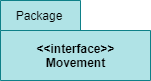
smitbmx/Architecture-Diagrams keeps this draw.io diagram as Communicating Architecture/UML Package Diagram/Package with details.png. Above is the earlier version. Source tidied: cells renumbered, new cells last; positions are measured from the earlier drawing's top-left corner, leaving out a move shared by most shapes. Its diagram source:
```xml
<mxGraphModel>
  <root>
    <mxCell id="0" />
    <mxCell id="1" parent="0" />
    <mxCell id="2" value="&amp;lt;&amp;lt;interface&amp;gt;&amp;gt;&lt;br&gt;Movement" style="shape=folder;fontStyle=1;tabWidth=80;tabHeight=30;tabPosition=left;html=1;boundedLbl=1;fillColor=#b0e3e6;strokeColor=#0e8088;" parent="1" vertex="1">
      <mxGeometry width="150" height="80" as="geometry" />
    </mxCell>
    <mxCell id="3" value="Package" style="text;html=1;strokeColor=none;fillColor=none;align=center;verticalAlign=middle;whiteSpace=wrap;rounded=0;" parent="1" vertex="1">
      <mxGeometry x="19" y="5" width="40" height="20" as="geometry" />
    </mxCell>
  </root>
</mxGraphModel>
```
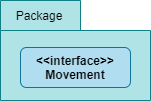
The same file after the commit.

Change to the diagram source:
```diff
@@ -2,11 +2,14 @@
   <root>
     <mxCell id="0" />
     <mxCell id="1" parent="0" />
-    <mxCell id="2" value="&amp;lt;&amp;lt;interface&amp;gt;&amp;gt;&lt;br&gt;Movement" style="shape=folder;fontStyle=1;tabWidth=80;tabHeight=30;tabPosition=left;html=1;boundedLbl=1;fillColor=#b0e3e6;strokeColor=#0e8088;" parent="1" vertex="1">
-      <mxGeometry width="150" height="80" as="geometry" />
+    <mxCell id="2" style="shape=folder;fontStyle=1;tabWidth=80;tabHeight=30;tabPosition=left;html=1;boundedLbl=1;fillColor=#b0e3e6;strokeColor=#0e8088;" parent="1" vertex="1">
+      <mxGeometry width="150" height="100" as="geometry" />
     </mxCell>
     <mxCell id="3" value="Package" style="text;html=1;strokeColor=none;fillColor=none;align=center;verticalAlign=middle;whiteSpace=wrap;rounded=0;" parent="1" vertex="1">
       <mxGeometry x="19" y="5" width="40" height="20" as="geometry" />
     </mxCell>
+    <mxCell id="4" value="&lt;span style=&quot;font-weight: 700&quot;&gt;&amp;lt;&amp;lt;interface&amp;gt;&amp;gt;&lt;/span&gt;&lt;br style=&quot;font-weight: 700&quot;&gt;&lt;span style=&quot;font-weight: 700&quot;&gt;Movement&lt;/span&gt;" style="rounded=1;whiteSpace=wrap;html=1;fillColor=#b1ddf0;strokeColor=#10739e;" parent="1" vertex="1">
+      <mxGeometry x="20" y="47" width="110" height="40" as="geometry" />
+    </mxCell>
   </root>
 </mxGraphModel>
```
